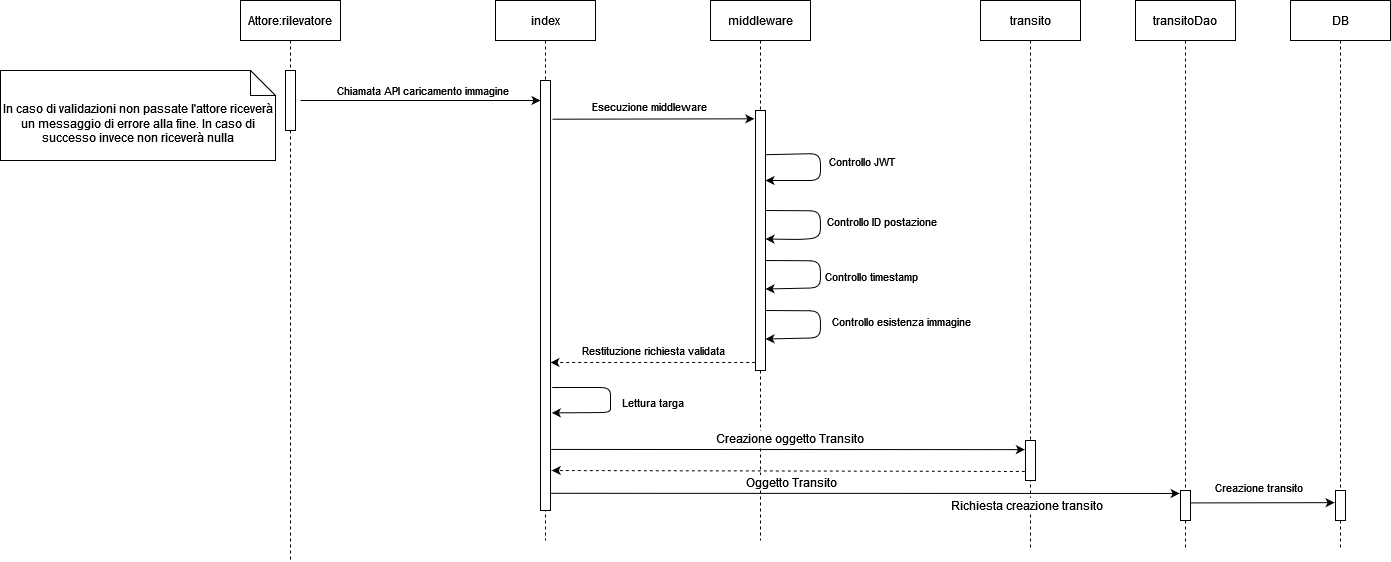
This is immagini_esempi/SequenceDiagram/diagramma_sequenze_rilevatore_inizio.png from SimoneSalvoni/Progetto-PA, a draw.io export, as it was before one commit. Source tidied: cells renumbered, new cells last; positions are measured from the earlier drawing's top-left corner, leaving out a move shared by most shapes.
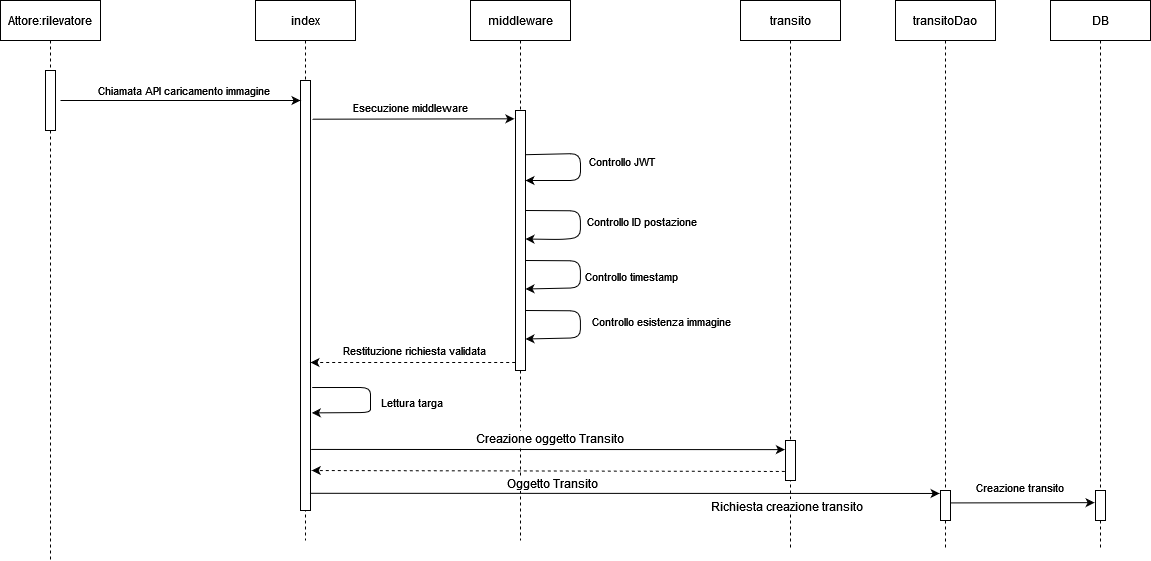
Above is the later version.

Diff of the diagram source:
```diff
@@ -129,52 +129,49 @@
         <mxPoint x="31" y="-12" as="offset" />
       </mxGeometry>
     </mxCell>
-    <mxCell id="26" value="In caso di validazioni non passate l'attore riceverà un messaggio di errore alla fine. In caso di successo invece non riceverà nulla" style="shape=note2;boundedLbl=1;whiteSpace=wrap;html=1;size=25;verticalAlign=top;align=center;" parent="1" vertex="1">
-      <mxGeometry y="70" width="275" height="90" as="geometry" />
+    <mxCell id="26" value="transitoDao" style="shape=umlLifeline;perimeter=lifelinePerimeter;rounded=0;shadow=0;strokeWidth=1;" parent="1" vertex="1">
+      <mxGeometry x="1135" width="100" height="550" as="geometry" />
     </mxCell>
-    <mxCell id="27" value="transitoDao" style="shape=umlLifeline;perimeter=lifelinePerimeter;rounded=0;shadow=0;strokeWidth=1;" parent="1" vertex="1">
-      <mxGeometry x="1135" width="100" height="550" as="geometry" />
+    <mxCell id="27" style="points=[];perimeter=orthogonalPerimeter;rounded=0;shadow=0;strokeWidth=1;" parent="26" vertex="1">
+      <mxGeometry x="45" y="490" width="10" height="30" as="geometry" />
     </mxCell>
-    <mxCell id="28" style="points=[];perimeter=orthogonalPerimeter;rounded=0;shadow=0;strokeWidth=1;" parent="27" vertex="1">
-      <mxGeometry x="45" y="490" width="10" height="30" as="geometry" />
+    <mxCell id="28" value="transito" style="shape=umlLifeline;perimeter=lifelinePerimeter;rounded=0;shadow=0;strokeWidth=1;" parent="1" vertex="1">
+      <mxGeometry x="980" width="100" height="550" as="geometry" />
     </mxCell>
-    <mxCell id="29" value="transito" style="shape=umlLifeline;perimeter=lifelinePerimeter;rounded=0;shadow=0;strokeWidth=1;" parent="1" vertex="1">
-      <mxGeometry x="980" width="100" height="550" as="geometry" />
+    <mxCell id="29" style="points=[];perimeter=orthogonalPerimeter;rounded=0;shadow=0;strokeWidth=1;" parent="28" vertex="1">
+      <mxGeometry x="45" y="440" width="10" height="40" as="geometry" />
     </mxCell>
-    <mxCell id="30" style="points=[];perimeter=orthogonalPerimeter;rounded=0;shadow=0;strokeWidth=1;" parent="29" vertex="1">
-      <mxGeometry x="45" y="440" width="10" height="40" as="geometry" />
+    <mxCell id="30" style="endArrow=classic;html=1;rounded=0;fontSize=27;exitX=0.926;exitY=0.96;exitDx=0;exitDy=0;exitPerimeter=0;entryX=-0.088;entryY=0.099;entryDx=0;entryDy=0;entryPerimeter=0;" parent="1" edge="1" source="5" target="27">
+      <mxGeometry relative="1" as="geometry" />
     </mxCell>
-    <mxCell id="31" style="endArrow=classic;html=1;rounded=0;fontSize=27;exitX=0.926;exitY=0.96;exitDx=0;exitDy=0;exitPerimeter=0;entryX=-0.088;entryY=0.099;entryDx=0;entryDy=0;entryPerimeter=0;" parent="1" edge="1" source="5" target="28">
-      <mxGeometry relative="1" as="geometry" />
+    <mxCell id="31" value="Richiesta creazione transito" style="edgeLabel;html=1;align=center;verticalAlign=middle;fontSize=12;" parent="30" vertex="1">
+      <mxGeometry x="0.11" relative="1" as="geometry">
+        <mxPoint x="126" y="12" as="offset" />
+      </mxGeometry>
     </mxCell>
-    <mxCell id="32" value="Richiesta creazione transito" style="edgeLabel;html=1;align=center;verticalAlign=middle;fontSize=12;" parent="31" vertex="1">
-      <mxGeometry x="0.11" relative="1" as="geometry">
-        <mxPoint x="126" y="12" as="offset" />
-      </mxGeometry>
+    <mxCell id="32" style="endArrow=classic;html=1;rounded=0;fontSize=12;exitX=1.065;exitY=0.858;exitDx=0;exitDy=0;exitPerimeter=0;entryX=-0.06;entryY=0.228;entryDx=0;entryDy=0;entryPerimeter=0;" parent="1" edge="1" source="5" target="29">
+      <mxGeometry relative="1" as="geometry" />
     </mxCell>
-    <mxCell id="33" style="endArrow=classic;html=1;rounded=0;fontSize=12;exitX=1.065;exitY=0.858;exitDx=0;exitDy=0;exitPerimeter=0;entryX=-0.06;entryY=0.228;entryDx=0;entryDy=0;entryPerimeter=0;" parent="1" edge="1" source="5" target="30">
-      <mxGeometry relative="1" as="geometry" />
+    <mxCell id="33" value="Creazione oggetto Transito" style="edgeLabel;html=1;align=center;verticalAlign=middle;fontSize=12;" parent="32" vertex="1">
+      <mxGeometry x="0.12" y="-1" relative="1" as="geometry">
+        <mxPoint x="-27" y="-13" as="offset" />
+      </mxGeometry>
     </mxCell>
-    <mxCell id="34" value="Creazione oggetto Transito" style="edgeLabel;html=1;align=center;verticalAlign=middle;fontSize=12;" parent="33" vertex="1">
-      <mxGeometry x="0.12" y="-1" relative="1" as="geometry">
-        <mxPoint x="-27" y="-13" as="offset" />
-      </mxGeometry>
+    <mxCell id="34" style="endArrow=classic;html=1;rounded=0;fontSize=12;exitX=-0.074;exitY=0.773;exitDx=0;exitDy=0;exitPerimeter=0;dashed=1;entryX=1.123;entryY=0.907;entryDx=0;entryDy=0;entryPerimeter=0;" parent="1" edge="1" source="29" target="5">
+      <mxGeometry relative="1" as="geometry" />
     </mxCell>
-    <mxCell id="35" style="endArrow=classic;html=1;rounded=0;fontSize=12;exitX=-0.074;exitY=0.773;exitDx=0;exitDy=0;exitPerimeter=0;dashed=1;entryX=1.123;entryY=0.907;entryDx=0;entryDy=0;entryPerimeter=0;" parent="1" edge="1" source="30" target="5">
-      <mxGeometry relative="1" as="geometry" />
+    <mxCell id="35" value="Oggetto Transito" style="edgeLabel;html=1;align=center;verticalAlign=middle;fontSize=12;" parent="34" vertex="1">
+      <mxGeometry x="-0.09" y="5" relative="1" as="geometry">
+        <mxPoint x="-17" y="6" as="offset" />
+      </mxGeometry>
     </mxCell>
-    <mxCell id="36" value="Oggetto Transito" style="edgeLabel;html=1;align=center;verticalAlign=middle;fontSize=12;" parent="35" vertex="1">
-      <mxGeometry x="-0.09" y="5" relative="1" as="geometry">
-        <mxPoint x="-17" y="6" as="offset" />
-      </mxGeometry>
+    <mxCell id="36" style="endArrow=classic;html=1;rounded=0;exitX=1.015;exitY=0.414;exitDx=0;exitDy=0;exitPerimeter=0;entryX=-0.089;entryY=0.405;entryDx=0;entryDy=0;entryPerimeter=0;" parent="1" edge="1" source="27" target="23">
+      <mxGeometry relative="1" as="geometry" />
     </mxCell>
-    <mxCell id="37" style="endArrow=classic;html=1;rounded=0;exitX=1.015;exitY=0.414;exitDx=0;exitDy=0;exitPerimeter=0;entryX=-0.089;entryY=0.405;entryDx=0;entryDy=0;entryPerimeter=0;" parent="1" edge="1" source="28" target="23">
-      <mxGeometry relative="1" as="geometry" />
+    <mxCell id="37" value="Creazione transito" style="edgeLabel;html=1;align=center;verticalAlign=middle;" parent="36" vertex="1">
+      <mxGeometry x="-0.78" y="-1" relative="1" as="geometry">
+        <mxPoint x="52" y="-17" as="offset" />
+      </mxGeometry>
     </mxCell>
-    <mxCell id="38" value="Creazione transito" style="edgeLabel;html=1;align=center;verticalAlign=middle;" parent="37" vertex="1">
-      <mxGeometry x="-0.78" y="-1" relative="1" as="geometry">
-        <mxPoint x="52" y="-17" as="offset" />
-      </mxGeometry>
-    </mxCell>
   </root>
 </mxGraphModel>
```
